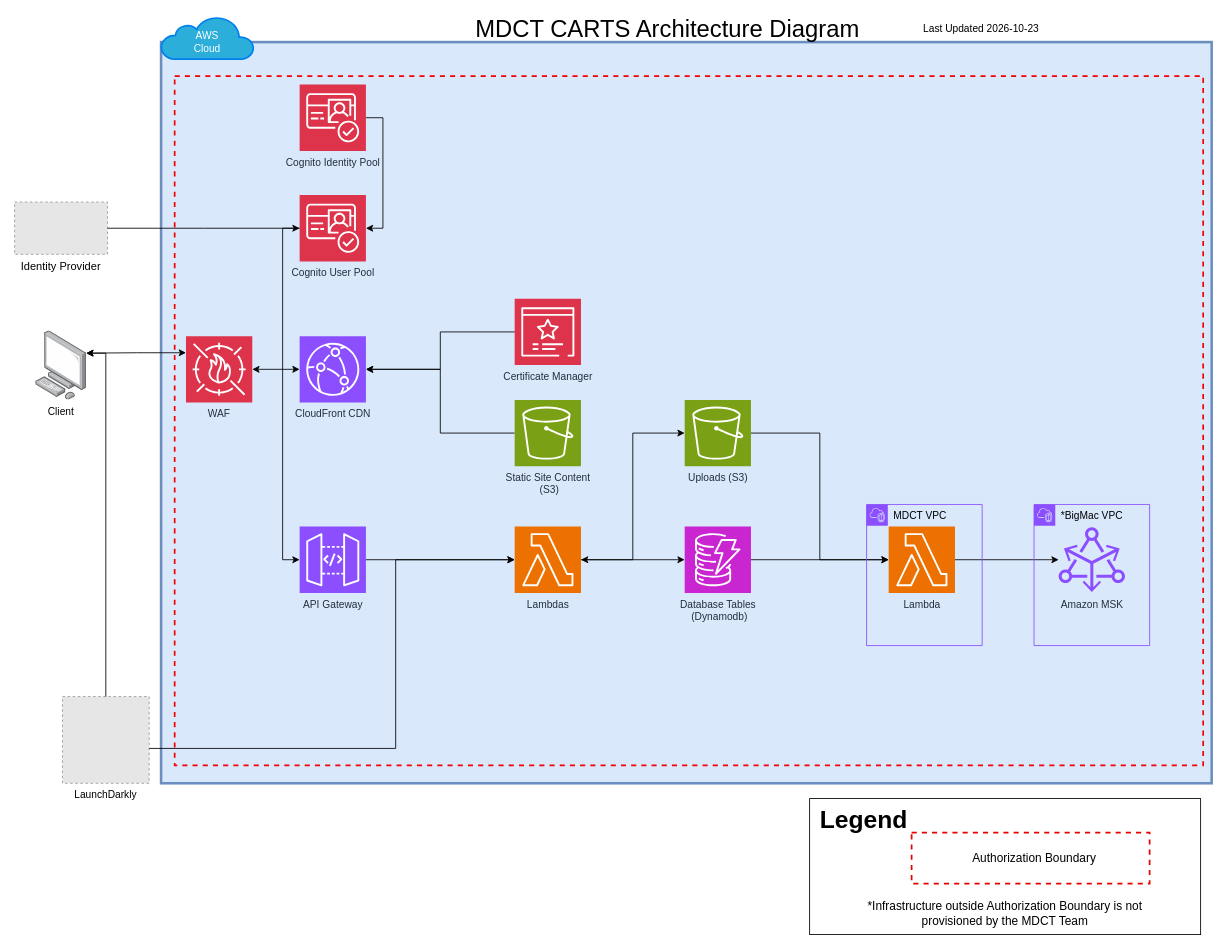
Before: .images/architecture-carts.drawio in Enterprise-CMCS/macpro-mdct-carts, a draw.io diagram. Source tidied: cells renumbered, new cells numbered last; positions are measured from the earlier drawing's top-left corner, leaving out a move shared by most shapes. Both pictures are drawn from the tidied source at 85%, with x=0, y=0 at pixel (14, 16). Pictures stored in the file or linked from it are replaced by grey dashed boxes.
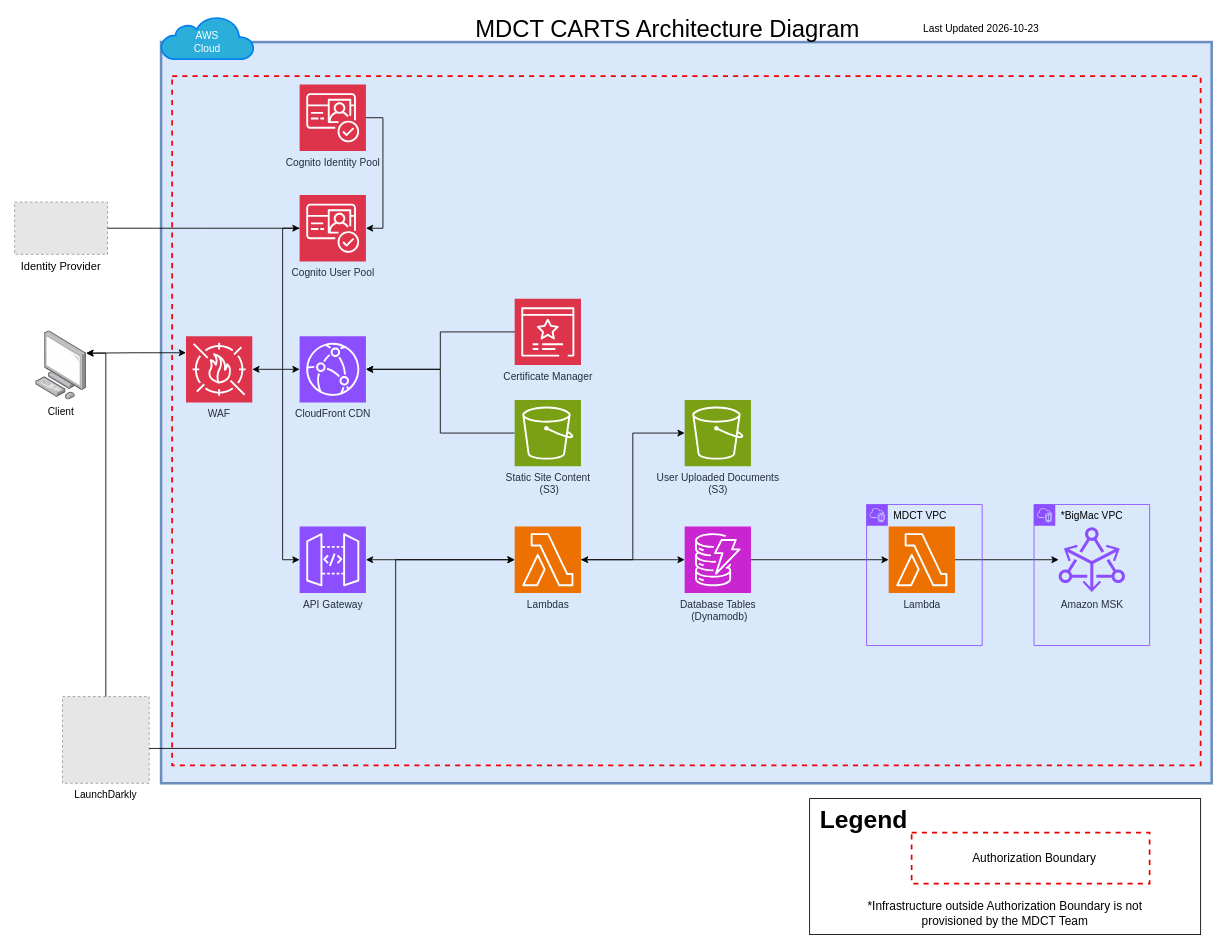
The same page after the edit.

Unchanged cells that the change refers to:
```xml
<mxCell id="9" value="API Gateway" style="sketch=0;points=[[0,0,0],[0.25,0,0],[0.5,0,0],[0.75,0,0],[1,0,0],[0,1,0],[0.25,1,0],[0.5,1,0],[0.75,1,0],[1,1,0],[0,0.25,0],[0,0.5,0],[0,0.75,0],[1,0.25,0],[1,0.5,0],[1,0.75,0]];outlineConnect=0;fontColor=#232F3E;fillColor=#8C4FFF;strokeColor=#ffffff;dashed=0;verticalLabelPosition=bottom;verticalAlign=top;align=center;html=1;fontSize=12;fontStyle=0;shape=mxgraph.aws4.resourceIcon;resIcon=mxgraph.aws4.api_gateway;labelPerimeter=1;" parent="1" vertex="1">
  <mxGeometry x="335" y="600" width="78" height="78" as="geometry" />
</mxCell>
<mxCell id="14" value="Lambdas" style="sketch=0;points=[[0,0,0],[0.25,0,0],[0.5,0,0],[0.75,0,0],[1,0,0],[0,1,0],[0.25,1,0],[0.5,1,0],[0.75,1,0],[1,1,0],[0,0.25,0],[0,0.5,0],[0,0.75,0],[1,0.25,0],[1,0.5,0],[1,0.75,0]];outlineConnect=0;fontColor=#232F3E;fillColor=#ED7100;strokeColor=#ffffff;dashed=0;verticalLabelPosition=bottom;verticalAlign=top;align=center;html=1;fontSize=12;fontStyle=0;shape=mxgraph.aws4.resourceIcon;resIcon=mxgraph.aws4.lambda;labelPerimeter=1;" parent="1" vertex="1">
  <mxGeometry x="588" y="600" width="78" height="78" as="geometry" />
</mxCell>
<mxCell id="18" value="Lambda" style="sketch=0;points=[[0,0,0],[0.25,0,0],[0.5,0,0],[0.75,0,0],[1,0,0],[0,1,0],[0.25,1,0],[0.5,1,0],[0.75,1,0],[1,1,0],[0,0.25,0],[0,0.5,0],[0,0.75,0],[1,0.25,0],[1,0.5,0],[1,0.75,0]];outlineConnect=0;fontColor=#232F3E;fillColor=#ED7100;strokeColor=#ffffff;dashed=0;verticalLabelPosition=bottom;verticalAlign=top;align=center;html=1;fontSize=12;fontStyle=0;shape=mxgraph.aws4.resourceIcon;resIcon=mxgraph.aws4.lambda;labelPerimeter=1;" parent="1" vertex="1">
  <mxGeometry x="1028" y="600" width="78" height="78" as="geometry" />
</mxCell>
```

Change to the diagram source:
```diff
@@
-    <mxCell id="11" value="Uploads (S3)" style="sketch=0;points=[[0,0,0],[0.25,0,0],[0.5,0,0],[0.75,0,0],[1,0,0],[0,1,0],[0.25,1,0],[0.5,1,0],[0.75,1,0],[1,1,0],[0,0.25,0],[0,0.5,0],[0,0.75,0],[1,0.25,0],[1,0.5,0],[1,0.75,0]];outlineConnect=0;fontColor=#232F3E;fillColor=#7AA116;strokeColor=#ffffff;dashed=0;verticalLabelPosition=bottom;verticalAlign=top;align=center;html=1;fontSize=12;fontStyle=0;shape=mxgraph.aws4.resourceIcon;resIcon=mxgraph.aws4.s3;labelPerimeter=1;" parent="1" vertex="1">
+    <mxCell id="11" value="User Uploaded Documents&lt;br&gt;(S3)" style="sketch=0;points=[[0,0,0],[0.25,0,0],[0.5,0,0],[0.75,0,0],[1,0,0],[0,1,0],[0.25,1,0],[0.5,1,0],[0.75,1,0],[1,1,0],[0,0.25,0],[0,0.5,0],[0,0.75,0],[1,0.25,0],[1,0.5,0],[1,0.75,0]];outlineConnect=0;fontColor=#232F3E;fillColor=#7AA116;strokeColor=#ffffff;dashed=0;verticalLabelPosition=bottom;verticalAlign=top;align=center;html=1;fontSize=12;fontStyle=0;shape=mxgraph.aws4.resourceIcon;resIcon=mxgraph.aws4.s3;labelPerimeter=1;" parent="1" vertex="1">
       <mxGeometry x="788" y="451" width="78" height="78" as="geometry" />
     </mxCell>
@@
-    <mxCell id="27" style="edgeStyle=orthogonalEdgeStyle;rounded=0;jettySize=auto;html=1;entryX=0;entryY=0.5;entryDx=0;entryDy=0;entryPerimeter=0;defaultLabelBackgroundColor=page;" parent="1" edge="1" source="11" target="18">
-      <mxGeometry relative="1" as="geometry" />
-    </mxCell>
     <mxCell id="28" style="rounded=0;whiteSpace=wrap;html=1;fillColor=none;dashed=1;strokeColor=light-dark(#f20202, #ededed);strokeWidth=2;" parent="1" vertex="1">
-      <mxGeometry x="188" y="70" width="1210" height="811" as="geometry" />
+      <mxGeometry x="185" y="70" width="1210" height="811" as="geometry" />
     </mxCell>
@@
-    <mxCell id="35" style="edgeStyle=orthogonalEdgeStyle;rounded=0;jettySize=auto;html=1;entryX=0;entryY=0.5;entryDx=0;entryDy=0;entryPerimeter=0;defaultLabelBackgroundColor=page;" parent="1" edge="1" source="9" target="14">
+    <mxCell id="35" style="edgeStyle=orthogonalEdgeStyle;rounded=0;jettySize=auto;html=1;entryX=0;entryY=0.5;entryDx=0;entryDy=0;entryPerimeter=0;defaultLabelBackgroundColor=page;startArrow=classic;startFill=1;" parent="1" edge="1" source="9" target="14">
       <mxGeometry relative="1" as="geometry" />
     </mxCell>
```
